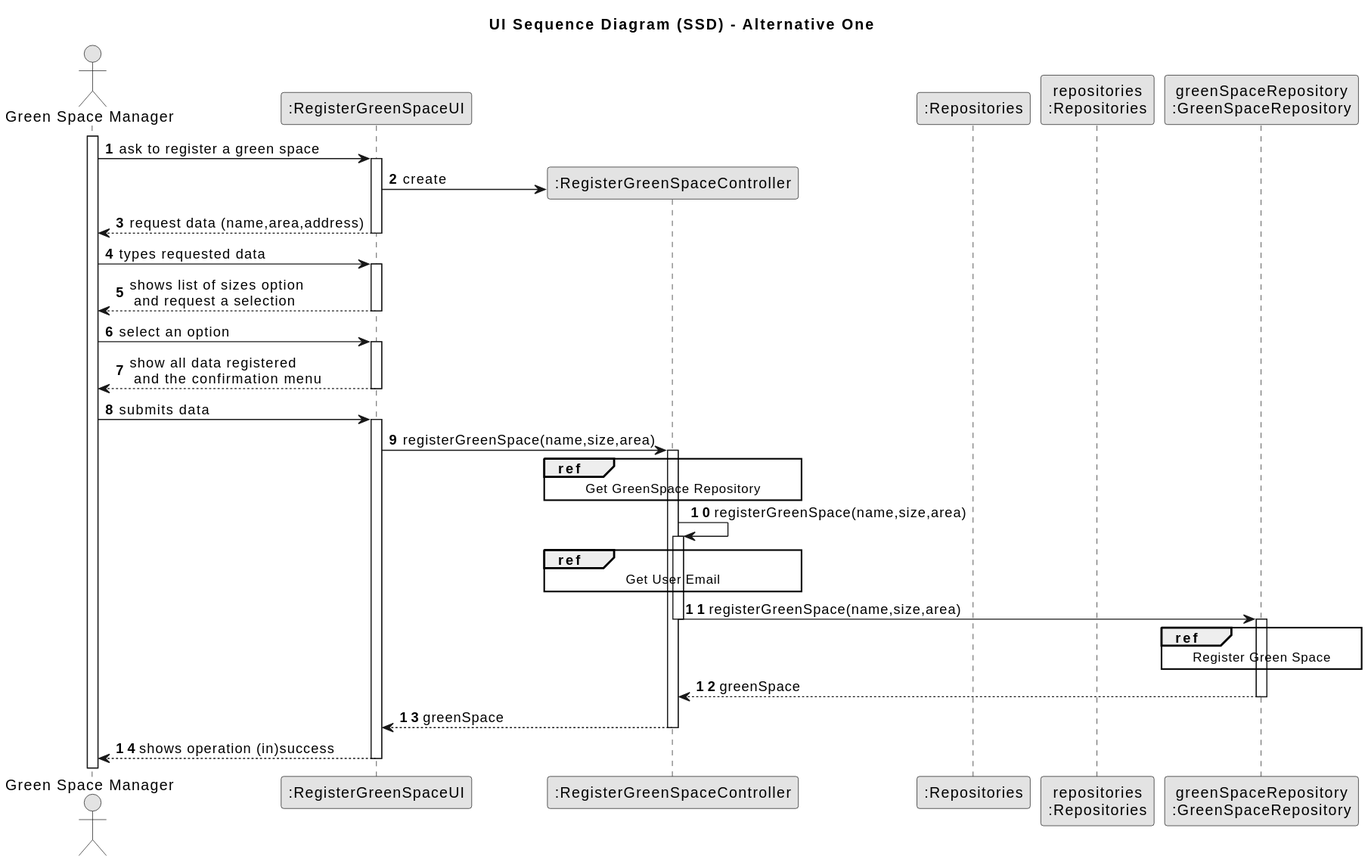
The PlantUML diagram docs/sprintC/us020/03.design/svg/us020-sequence-diagram-split.svg in SAEmanuel/Green_Spaces_Management_ISEP, before a commit. Its diagram source:
```plantuml
@startuml
skinparam monochrome true
skinparam packageStyle rectangle
skinparam shadowing false

title UI Sequence Diagram (SSD) - Alternative One

autonumber

actor "Green Space Manager" as Employee
participant ":RegisterGreenSpaceUI" as UI
participant ":RegisterGreenSpaceController" as CTRL
participant ":Repositories" as RepositorySingleton
participant "repositories\n:Repositories" as PLAT
participant "greenSpaceRepository\n:GreenSpaceRepository" as greenSpaceRepository


activate Employee

    Employee -> UI : ask to register a green space
    activate UI

    UI -> CTRL** : create

        UI --> Employee : request data (name,area,address)
    deactivate UI

    Employee -> UI : types requested data

    activate UI

            UI --> Employee : shows list of sizes option\n and request a selection
        deactivate UI

        Employee -> UI : select an option



        activate UI

        UI --> Employee : show all data registered\n and the confirmation menu
    deactivate UI

    Employee -> UI : submits data
    activate UI

    UI -> CTRL : registerGreenSpace(name,size,area)
    activate CTRL

    ref over CTRL
    Get GreenSpace Repository
    end ref

    CTRL -> CTRL : registerGreenSpace(name,size,area)
        activate CTRL

            ref over CTRL
                Get User Email
            end ref

            CTRL -> greenSpaceRepository : registerGreenSpace(name,size,area)
        deactivate CTRL

    activate greenSpaceRepository


    ref over greenSpaceRepository
    Register Green Space
    end ref



    greenSpaceRepository --> CTRL : greenSpace
    deactivate greenSpaceRepository
    CTRL --> UI : greenSpace
    deactivate CTRL

        UI --> Employee : shows operation (in)success
    deactivate UI
@enduml
```
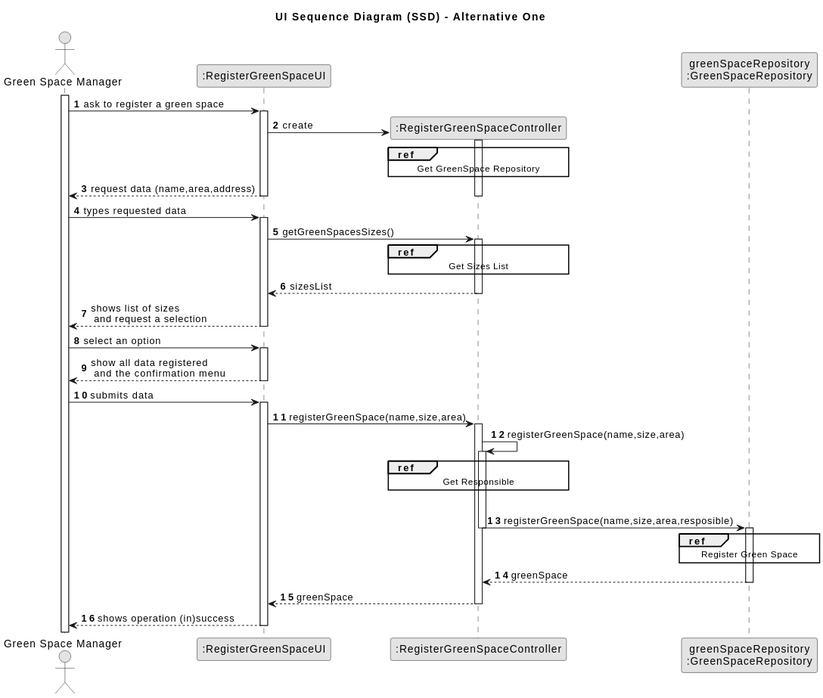
Above is the later version.

The edit, as a diff of the source:
```diff
@@ -10,8 +10,6 @@
 actor "Green Space Manager" as Employee
 participant ":RegisterGreenSpaceUI" as UI
 participant ":RegisterGreenSpaceController" as CTRL
-participant ":Repositories" as RepositorySingleton
-participant "repositories\n:Repositories" as PLAT
 participant "greenSpaceRepository\n:GreenSpaceRepository" as greenSpaceRepository
 
 
@@ -21,24 +19,41 @@
     activate UI
 
     UI -> CTRL** : create
+    activate CTRL
 
-        UI --> Employee : request data (name,area,address)
+        ref over CTRL
+            Get GreenSpace Repository
+        end
+
+    deactivate CTRL
+
+
+
+    UI --> Employee : request data (name,area,address)
+    deactivate CTRL
     deactivate UI
 
     Employee -> UI : types requested data
+    activate UI
+
+    UI -> CTRL : getGreenSpacesSizes()
+        activate CTRL
+
+            ref over CTRL
+                Get Sizes List
+            end
+            CTRL --> UI : sizesList
+
+        deactivate CTRL
+
+     UI --> Employee : shows list of sizes\n and request a selection
+     deactivate UI
+
+     Employee -> UI : select an option
 
     activate UI
 
-            UI --> Employee : shows list of sizes option\n and request a selection
-        deactivate UI
-
-        Employee -> UI : select an option
-
-
-
-        activate UI
-
-        UI --> Employee : show all data registered\n and the confirmation menu
+    UI --> Employee : show all data registered\n and the confirmation menu
     deactivate UI
 
     Employee -> UI : submits data
@@ -47,26 +62,25 @@
     UI -> CTRL : registerGreenSpace(name,size,area)
     activate CTRL
 
-    ref over CTRL
-    Get GreenSpace Repository
-    end ref
+
 
     CTRL -> CTRL : registerGreenSpace(name,size,area)
-        activate CTRL
+    activate CTRL
 
-            ref over CTRL
-                Get User Email
-            end ref
 
-            CTRL -> greenSpaceRepository : registerGreenSpace(name,size,area)
-        deactivate CTRL
+      ref over CTRL
+         Get Responsible
+      end
+    |||
 
+            CTRL -> greenSpaceRepository : registerGreenSpace(name,size,area,resposible)
+deactivate CTRL
     activate greenSpaceRepository
 
-
     ref over greenSpaceRepository
-    Register Green Space
-    end ref
+        Register Green Space
+    end
+    deactivate greenSpaceRepository
 
 
 
@@ -75,6 +89,7 @@
     CTRL --> UI : greenSpace
     deactivate CTRL
 
+
         UI --> Employee : shows operation (in)success
     deactivate UI
 @enduml
```
